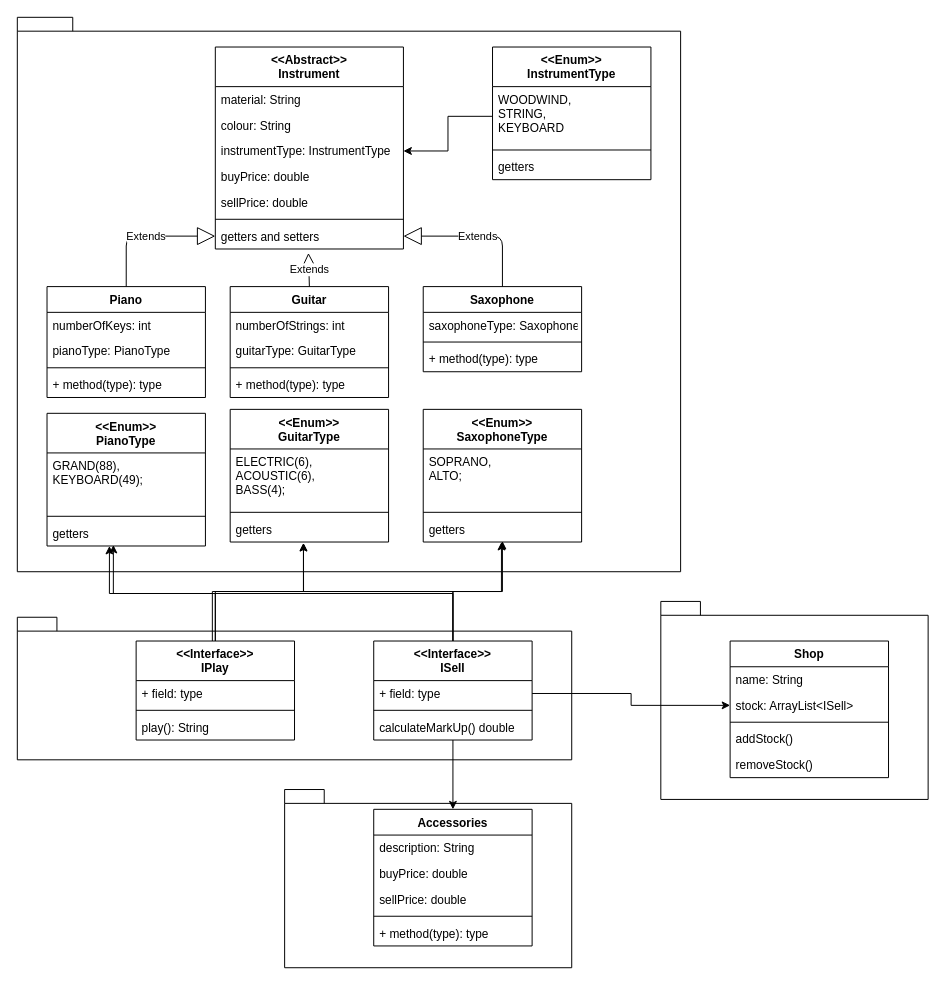
Before: planning.drawio in Stanhoucke/music_shop_hw, a draw.io diagram. Source tidied: cells renumbered, new cells numbered last; positions are measured from the earlier drawing's top-left corner, leaving out a move shared by most shapes. Both pictures are drawn from the tidied source at 99%, with x=0, y=0 at pixel (17, 17).
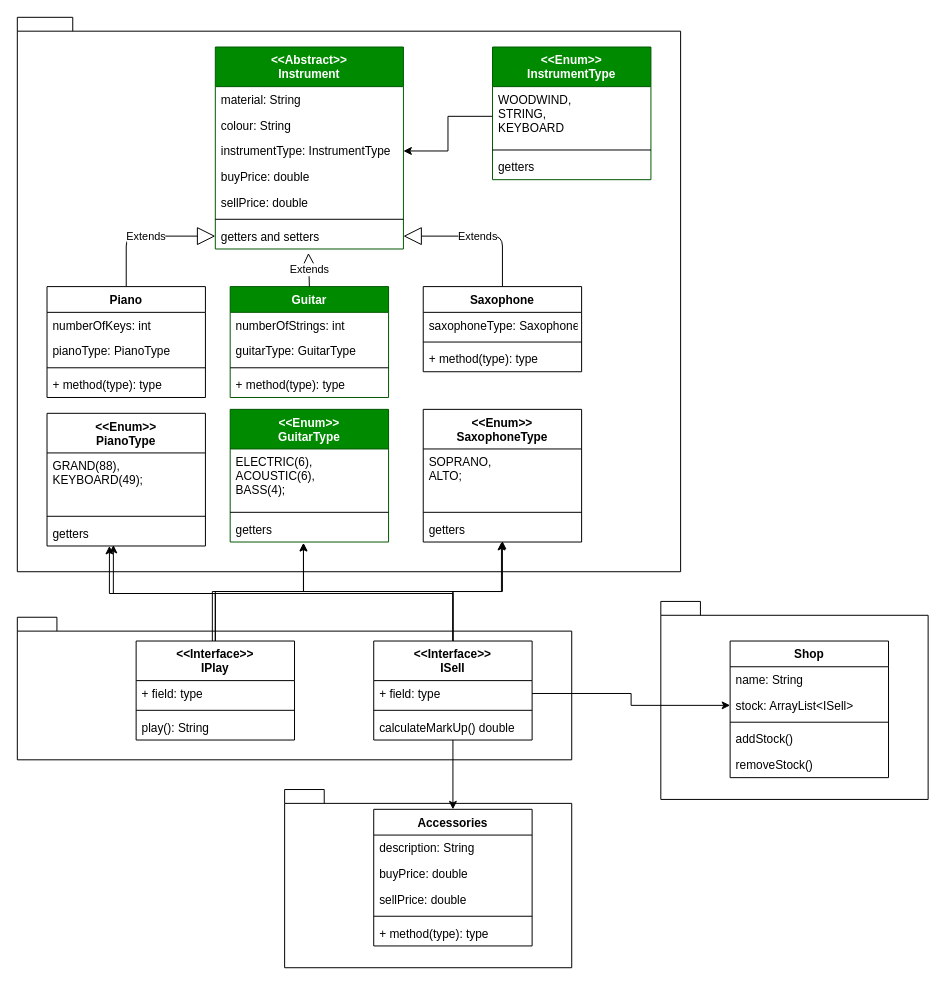
Above is the later version.

Commit message (it also covers changes not shown here):
guitar can play sound

The edit, as a diff of the source:
```diff
@@
-    <mxCell id="13" value="Guitar" style="swimlane;fontStyle=1;align=center;verticalAlign=top;horizontal=1;startSize=26;" parent="1" vertex="1">
+    <mxCell id="13" value="Guitar" style="swimlane;fontStyle=1;align=center;verticalAlign=top;horizontal=1;startSize=26;fillColor=#008a00;strokeColor=#005700;fontColor=#ffffff;" parent="1" vertex="1">
       <mxGeometry x="215" y="272" width="160" height="112" as="geometry" />
     </mxCell>
@@
-    <mxCell id="27" value="&lt;&lt;Abstract&gt;&gt;&#10;Instrument" style="swimlane;fontStyle=1;align=center;verticalAlign=top;horizontal=1;startSize=40;" parent="1" vertex="1">
+    <mxCell id="27" value="&lt;&lt;Abstract&gt;&gt;&#10;Instrument" style="swimlane;fontStyle=1;align=center;verticalAlign=top;horizontal=1;startSize=40;fillColor=#008a00;strokeColor=#005700;fontColor=#ffffff;" parent="1" vertex="1">
       <mxGeometry x="200" y="30" width="190" height="204" as="geometry" />
     </mxCell>
@@
-    <mxCell id="35" value="&lt;&lt;Enum&gt;&gt;&#10;InstrumentType" style="swimlane;fontStyle=1;align=center;verticalAlign=top;horizontal=1;startSize=40;" parent="1" vertex="1">
+    <mxCell id="35" value="&lt;&lt;Enum&gt;&gt;&#10;InstrumentType" style="swimlane;fontStyle=1;align=center;verticalAlign=top;horizontal=1;startSize=40;fillColor=#008a00;strokeColor=#005700;fontColor=#ffffff;" parent="1" vertex="1">
       <mxGeometry x="480" y="30" width="160" height="134" as="geometry" />
     </mxCell>
@@
-    <mxCell id="39" value="&lt;&lt;Enum&gt;&gt;&#10;GuitarType" style="swimlane;fontStyle=1;align=center;verticalAlign=top;horizontal=1;startSize=40;" parent="1" vertex="1">
+    <mxCell id="39" value="&lt;&lt;Enum&gt;&gt;&#10;GuitarType" style="swimlane;fontStyle=1;align=center;verticalAlign=top;horizontal=1;startSize=40;fillColor=#008a00;strokeColor=#005700;fontColor=#ffffff;" parent="1" vertex="1">
       <mxGeometry x="215" y="396" width="160" height="134" as="geometry" />
     </mxCell>
```
